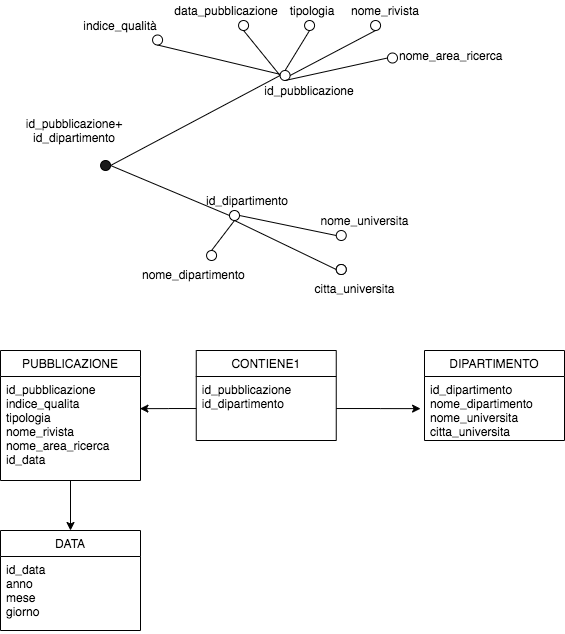
Before: res/attribute's_tree/contiene1/contiene1_fatto_star.png, a diagram exported from draw.io (dariocurr/bdm_project). Source tidied: cells renumbered, new cells last; positions are measured from the earlier drawing's top-left corner, leaving out a move shared by most shapes. The source it was exported from:
```xml
<mxGraphModel>
  <root>
    <mxCell id="0" />
    <mxCell id="1" parent="0" />
    <mxCell id="2" value="id_pubblicazione+&lt;br&gt;id_dipartimento" style="text;html=1;strokeColor=none;fillColor=none;align=center;verticalAlign=middle;whiteSpace=wrap;rounded=0;" parent="1" vertex="1">
      <mxGeometry x="14.1" y="120" width="120" height="20" as="geometry" />
    </mxCell>
    <mxCell id="3" style="shape=ellipse;html=1;flipV=1;fillColor=#1A1A1A;" parent="1" vertex="1">
      <mxGeometry x="100.1" y="160" width="10" height="10" as="geometry" />
    </mxCell>
    <mxCell id="4" style="edgeStyle=none;rounded=0;jettySize=auto;html=1;exitX=0.5;exitY=1;exitDx=0;exitDy=0;endArrow=none;endFill=0;entryX=0.5;entryY=0;entryDx=0;entryDy=0;" parent="1" edge="1" source="5" target="7">
      <mxGeometry relative="1" as="geometry" />
    </mxCell>
    <mxCell id="5" style="shape=ellipse;html=1;flipV=1;" parent="1" vertex="1">
      <mxGeometry x="229" y="210" width="10" height="10" as="geometry" />
    </mxCell>
    <mxCell id="6" value="nome_dipartimento" style="text;html=1;align=left;verticalAlign=middle;whiteSpace=wrap;rounded=0;" parent="1" vertex="1">
      <mxGeometry x="140.1" y="264" width="40" height="20" as="geometry" />
    </mxCell>
    <mxCell id="7" style="shape=ellipse;html=1;flipV=1;" parent="1" vertex="1">
      <mxGeometry x="206.1" y="250" width="10" height="10" as="geometry" />
    </mxCell>
    <mxCell id="8" value="id_dipartimento" style="text;html=1;align=center;verticalAlign=middle;whiteSpace=wrap;rounded=0;" parent="1" vertex="1">
      <mxGeometry x="226.5" y="190" width="40" height="20" as="geometry" />
    </mxCell>
    <mxCell id="9" style="ellipse;whiteSpace=wrap;html=1;" parent="1" vertex="1">
      <mxGeometry x="335.8" y="230" width="10" height="10" as="geometry" />
    </mxCell>
    <mxCell id="10" style="ellipse;whiteSpace=wrap;html=1;" parent="1" vertex="1">
      <mxGeometry x="335.8" y="264" width="10" height="10" as="geometry" />
    </mxCell>
    <mxCell id="11" style="ellipse;whiteSpace=wrap;html=1;" parent="1" vertex="1">
      <mxGeometry x="335.8" y="264" width="10" height="10" as="geometry" />
    </mxCell>
    <mxCell id="12" value="nome_universita" style="text;html=1;align=center;verticalAlign=middle;" parent="1" vertex="1">
      <mxGeometry x="314.2" y="210" width="100" height="20" as="geometry" />
    </mxCell>
    <mxCell id="13" value="citta_universita" style="text;html=1;align=center;verticalAlign=middle;" parent="1" vertex="1">
      <mxGeometry x="304.1" y="277.5" width="100" height="20" as="geometry" />
    </mxCell>
    <mxCell id="14" style="endArrow=none;html=1;entryX=1;entryY=0.5;entryDx=0;entryDy=0;exitX=0;exitY=0.5;exitDx=0;exitDy=0;" parent="1" edge="1" source="9" target="5">
      <mxGeometry relative="1" as="geometry" />
    </mxCell>
    <mxCell id="15" style="endArrow=none;html=1;exitX=0.5;exitY=1;exitDx=0;exitDy=0;entryX=0;entryY=0.5;entryDx=0;entryDy=0;" parent="1" edge="1" source="5" target="11">
      <mxGeometry relative="1" as="geometry" />
    </mxCell>
    <mxCell id="16" style="edgeStyle=none;rounded=0;jettySize=auto;html=1;exitX=0;exitY=0.5;exitDx=0;exitDy=0;endArrow=none;endFill=0;entryX=1;entryY=0.5;entryDx=0;entryDy=0;" parent="1" edge="1" source="5" target="3">
      <mxGeometry relative="1" as="geometry" />
    </mxCell>
    <mxCell id="17" style="shape=ellipse;html=1;flipV=1;" parent="1" vertex="1">
      <mxGeometry x="279.6" y="70" width="10" height="10" as="geometry" />
    </mxCell>
    <mxCell id="18" style="edgeStyle=none;rounded=0;jettySize=auto;html=1;exitX=0.5;exitY=1;exitDx=0;exitDy=0;entryX=0;entryY=0.5;entryDx=0;entryDy=0;endArrow=none;endFill=0;" parent="1" edge="1" source="19" target="17">
      <mxGeometry relative="1" as="geometry" />
    </mxCell>
    <mxCell id="19" style="shape=ellipse;html=1;flipV=1;flipH=1;" parent="1" vertex="1">
      <mxGeometry x="238.1" y="20" width="10" height="10" as="geometry" />
    </mxCell>
    <mxCell id="20" style="edgeStyle=none;rounded=0;jettySize=auto;html=1;exitX=0.5;exitY=1;exitDx=0;exitDy=0;entryX=0.5;entryY=0;entryDx=0;entryDy=0;endArrow=none;endFill=0;" parent="1" edge="1" source="21" target="17">
      <mxGeometry relative="1" as="geometry" />
    </mxCell>
    <mxCell id="21" style="shape=ellipse;html=1;flipV=1;flipH=1;" parent="1" vertex="1">
      <mxGeometry x="304.1" y="20" width="10" height="10" as="geometry" />
    </mxCell>
    <mxCell id="22" value="id_pubblicazione" style="text;html=1;align=center;verticalAlign=middle;whiteSpace=wrap;rounded=0;" parent="1" vertex="1">
      <mxGeometry x="289.1" y="80" width="40" height="20" as="geometry" />
    </mxCell>
    <mxCell id="23" value="data_pubblicazione" style="text;html=1;align=center;verticalAlign=middle;whiteSpace=wrap;rounded=0;" parent="1" vertex="1">
      <mxGeometry x="206.1" width="40" height="20" as="geometry" />
    </mxCell>
    <mxCell id="24" value="nome_rivista" style="text;html=1;align=center;verticalAlign=middle;whiteSpace=wrap;rounded=0;" parent="1" vertex="1">
      <mxGeometry x="365.1" width="40" height="20" as="geometry" />
    </mxCell>
    <mxCell id="25" style="edgeStyle=none;rounded=0;jettySize=auto;html=1;exitX=0.5;exitY=1;exitDx=0;exitDy=0;entryX=0;entryY=0.5;entryDx=0;entryDy=0;endArrow=none;endFill=0;" parent="1" edge="1" source="17" target="26">
      <mxGeometry relative="1" as="geometry" />
    </mxCell>
    <mxCell id="26" style="shape=ellipse;html=1;flipV=1;" parent="1" vertex="1">
      <mxGeometry x="387" y="52.5" width="10" height="10" as="geometry" />
    </mxCell>
    <mxCell id="27" value="nome_area_ricerca" style="text;html=1;align=left;verticalAlign=middle;whiteSpace=wrap;rounded=0;" parent="1" vertex="1">
      <mxGeometry x="397" y="44.5" width="40" height="20" as="geometry" />
    </mxCell>
    <mxCell id="28" style="edgeStyle=none;rounded=0;jettySize=auto;html=1;exitX=0.5;exitY=1;exitDx=0;exitDy=0;entryX=1;entryY=0.5;entryDx=0;entryDy=0;endArrow=none;endFill=0;" parent="1" edge="1" source="29" target="17">
      <mxGeometry relative="1" as="geometry" />
    </mxCell>
    <mxCell id="29" style="shape=ellipse;html=1;flipV=1;flipH=1;" parent="1" vertex="1">
      <mxGeometry x="370.1" y="20" width="10" height="10" as="geometry" />
    </mxCell>
    <mxCell id="30" value="tipologia" style="text;html=1;align=center;verticalAlign=middle;whiteSpace=wrap;rounded=0;" parent="1" vertex="1">
      <mxGeometry x="291.8" width="40" height="20" as="geometry" />
    </mxCell>
    <mxCell id="31" style="edgeStyle=none;rounded=0;jettySize=auto;html=1;exitX=0.5;exitY=1;exitDx=0;exitDy=0;endArrow=none;endFill=0;" parent="1" edge="1" source="32" target="17">
      <mxGeometry relative="1" as="geometry" />
    </mxCell>
    <mxCell id="32" style="shape=ellipse;html=1;flipV=1;flipH=1;" parent="1" vertex="1">
      <mxGeometry x="152.1" y="34.5" width="10" height="10" as="geometry" />
    </mxCell>
    <mxCell id="33" value="indice_qualità" style="text;html=1;align=center;verticalAlign=middle;whiteSpace=wrap;rounded=0;" parent="1" vertex="1">
      <mxGeometry x="100.1" y="15" width="40" height="20" as="geometry" />
    </mxCell>
    <mxCell id="34" style="edgeStyle=none;rounded=0;jettySize=auto;html=1;exitX=0;exitY=0.5;exitDx=0;exitDy=0;endArrow=none;endFill=0;entryX=1;entryY=0.5;entryDx=0;entryDy=0;" parent="1" edge="1" source="17" target="3">
      <mxGeometry relative="1" as="geometry" />
    </mxCell>
    <mxCell id="35" value="CONTIENE1" style="swimlane;fontStyle=0;horizontal=1;startSize=26;fillColor=none;" parent="1" vertex="1">
      <mxGeometry x="195.8" y="350" width="140" height="90" as="geometry" />
    </mxCell>
    <mxCell id="36" value="id_pubblicazione&#10;id_dipartimento" style="text;strokeColor=none;fillColor=none;align=left;verticalAlign=top;spacingLeft=4;spacingRight=4;overflow=hidden;points=[[0,0.5],[1,0.5]];portConstraint=eastwest;" parent="35" vertex="1">
      <mxGeometry y="26" width="140" height="64" as="geometry" />
    </mxCell>
    <mxCell id="37" value="DIPARTIMENTO" style="swimlane;fontStyle=0;horizontal=1;startSize=26;fillColor=none;" parent="1" vertex="1">
      <mxGeometry x="424" y="350" width="140" height="90" as="geometry" />
    </mxCell>
    <mxCell id="38" value="id_dipartimento&#10;nome_dipartimento&#10;nome_universita&#10;citta_universita" style="text;strokeColor=none;fillColor=none;align=left;verticalAlign=top;spacingLeft=4;spacingRight=4;overflow=hidden;points=[[0,0.5],[1,0.5]];portConstraint=eastwest;" parent="37" vertex="1">
      <mxGeometry y="26" width="140" height="64" as="geometry" />
    </mxCell>
    <mxCell id="39" style="edgeStyle=orthogonalEdgeStyle;rounded=0;jettySize=auto;html=1;entryX=-0.028;entryY=0.502;entryDx=0;entryDy=0;entryPerimeter=0;" parent="1" edge="1" source="36" target="38">
      <mxGeometry relative="1" as="geometry" />
    </mxCell>
    <mxCell id="40" style="edgeStyle=orthogonalEdgeStyle;rounded=0;jettySize=auto;html=1;entryX=0.5;entryY=0;entryDx=0;entryDy=0;" parent="1" edge="1" source="41" target="44">
      <mxGeometry relative="1" as="geometry" />
    </mxCell>
    <mxCell id="41" value="PUBBLICAZIONE" style="swimlane;fontStyle=0;horizontal=1;startSize=26;fillColor=none;" parent="1" vertex="1">
      <mxGeometry y="350" width="140" height="130" as="geometry" />
    </mxCell>
    <mxCell id="42" value="id_pubblicazione&#10;indice_qualita&#10;tipologia&#10;nome_rivista&#10;nome_area_ricerca&#10;id_data" style="text;strokeColor=none;fillColor=none;align=left;verticalAlign=top;spacingLeft=4;spacingRight=4;overflow=hidden;points=[[0,0.5],[1,0.5]];portConstraint=eastwest;" parent="41" vertex="1">
      <mxGeometry y="26" width="140" height="104" as="geometry" />
    </mxCell>
    <mxCell id="43" style="edgeStyle=orthogonalEdgeStyle;rounded=0;jettySize=auto;html=1;entryX=0.996;entryY=0.309;entryDx=0;entryDy=0;entryPerimeter=0;" parent="1" edge="1" source="36" target="42">
      <mxGeometry relative="1" as="geometry" />
    </mxCell>
    <mxCell id="44" value="DATA" style="swimlane;fontStyle=0;horizontal=1;startSize=26;fillColor=none;" parent="1" vertex="1">
      <mxGeometry y="530" width="140" height="100" as="geometry" />
    </mxCell>
    <mxCell id="45" value="id_data&#10;anno&#10;mese&#10;giorno" style="text;strokeColor=none;fillColor=none;align=left;verticalAlign=top;spacingLeft=4;spacingRight=4;overflow=hidden;" parent="44" vertex="1">
      <mxGeometry y="26" width="140" height="74" as="geometry" />
    </mxCell>
  </root>
</mxGraphModel>
```
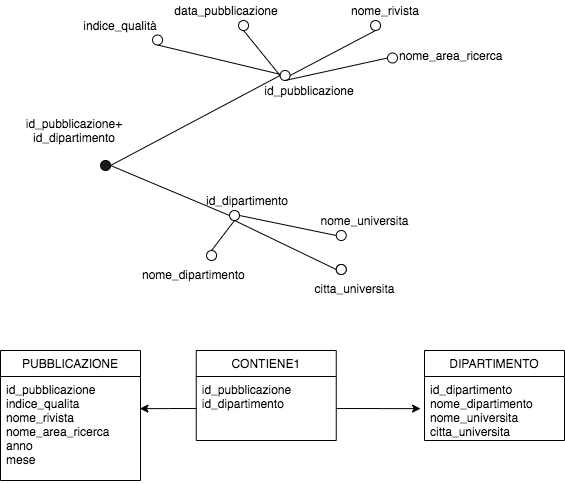
Above is the later version.

Commit message:
cancellazione tipologia

Change to the diagram source:
```diff
@@ -56,12 +56,6 @@
     <mxCell id="19" style="shape=ellipse;html=1;flipV=1;flipH=1;" parent="1" vertex="1">
       <mxGeometry x="238.1" y="20" width="10" height="10" as="geometry" />
     </mxCell>
-    <mxCell id="20" style="edgeStyle=none;rounded=0;jettySize=auto;html=1;exitX=0.5;exitY=1;exitDx=0;exitDy=0;entryX=0.5;entryY=0;entryDx=0;entryDy=0;endArrow=none;endFill=0;" parent="1" edge="1" source="21" target="17">
-      <mxGeometry relative="1" as="geometry" />
-    </mxCell>
-    <mxCell id="21" style="shape=ellipse;html=1;flipV=1;flipH=1;" parent="1" vertex="1">
-      <mxGeometry x="304.1" y="20" width="10" height="10" as="geometry" />
-    </mxCell>
     <mxCell id="22" value="id_pubblicazione" style="text;html=1;align=center;verticalAlign=middle;whiteSpace=wrap;rounded=0;" parent="1" vertex="1">
       <mxGeometry x="289.1" y="80" width="40" height="20" as="geometry" />
     </mxCell>
@@ -86,9 +80,6 @@
     <mxCell id="29" style="shape=ellipse;html=1;flipV=1;flipH=1;" parent="1" vertex="1">
       <mxGeometry x="370.1" y="20" width="10" height="10" as="geometry" />
     </mxCell>
-    <mxCell id="30" value="tipologia" style="text;html=1;align=center;verticalAlign=middle;whiteSpace=wrap;rounded=0;" parent="1" vertex="1">
-      <mxGeometry x="291.8" width="40" height="20" as="geometry" />
-    </mxCell>
     <mxCell id="31" style="edgeStyle=none;rounded=0;jettySize=auto;html=1;exitX=0.5;exitY=1;exitDx=0;exitDy=0;endArrow=none;endFill=0;" parent="1" edge="1" source="32" target="17">
       <mxGeometry relative="1" as="geometry" />
     </mxCell>
@@ -116,23 +107,14 @@
     <mxCell id="39" style="edgeStyle=orthogonalEdgeStyle;rounded=0;jettySize=auto;html=1;entryX=-0.028;entryY=0.502;entryDx=0;entryDy=0;entryPerimeter=0;" parent="1" edge="1" source="36" target="38">
       <mxGeometry relative="1" as="geometry" />
     </mxCell>
-    <mxCell id="40" style="edgeStyle=orthogonalEdgeStyle;rounded=0;jettySize=auto;html=1;entryX=0.5;entryY=0;entryDx=0;entryDy=0;" parent="1" edge="1" source="41" target="44">
-      <mxGeometry relative="1" as="geometry" />
-    </mxCell>
     <mxCell id="41" value="PUBBLICAZIONE" style="swimlane;fontStyle=0;horizontal=1;startSize=26;fillColor=none;" parent="1" vertex="1">
       <mxGeometry y="350" width="140" height="130" as="geometry" />
     </mxCell>
-    <mxCell id="42" value="id_pubblicazione&#10;indice_qualita&#10;tipologia&#10;nome_rivista&#10;nome_area_ricerca&#10;id_data" style="text;strokeColor=none;fillColor=none;align=left;verticalAlign=top;spacingLeft=4;spacingRight=4;overflow=hidden;points=[[0,0.5],[1,0.5]];portConstraint=eastwest;" parent="41" vertex="1">
+    <mxCell id="42" value="id_pubblicazione&#10;indice_qualita&#10;nome_rivista&#10;nome_area_ricerca&#10;anno&#10;mese" style="text;strokeColor=none;fillColor=none;align=left;verticalAlign=top;spacingLeft=4;spacingRight=4;overflow=hidden;points=[[0,0.5],[1,0.5]];portConstraint=eastwest;" parent="41" vertex="1">
       <mxGeometry y="26" width="140" height="104" as="geometry" />
     </mxCell>
     <mxCell id="43" style="edgeStyle=orthogonalEdgeStyle;rounded=0;jettySize=auto;html=1;entryX=0.996;entryY=0.309;entryDx=0;entryDy=0;entryPerimeter=0;" parent="1" edge="1" source="36" target="42">
       <mxGeometry relative="1" as="geometry" />
     </mxCell>
-    <mxCell id="44" value="DATA" style="swimlane;fontStyle=0;horizontal=1;startSize=26;fillColor=none;" parent="1" vertex="1">
-      <mxGeometry y="530" width="140" height="100" as="geometry" />
-    </mxCell>
-    <mxCell id="45" value="id_data&#10;anno&#10;mese&#10;giorno" style="text;strokeColor=none;fillColor=none;align=left;verticalAlign=top;spacingLeft=4;spacingRight=4;overflow=hidden;" parent="44" vertex="1">
-      <mxGeometry y="26" width="140" height="74" as="geometry" />
-    </mxCell>
   </root>
 </mxGraphModel>
```
